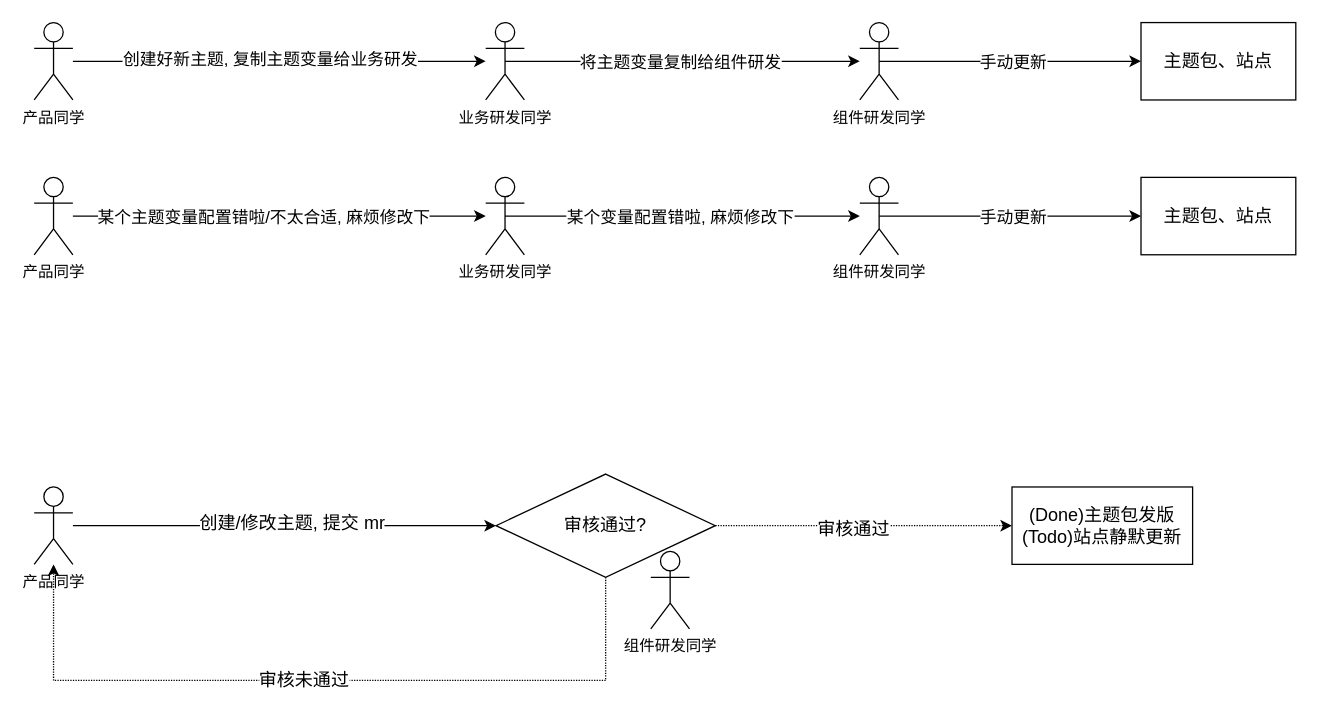
This is beast-mobile-theme-platform.drawio from MuYunyun/diagrams, a draw.io file, before an edit. Source tidied: cells renumbered, new cells numbered last; positions are measured from the earlier drawing's top-left corner, leaving out a move shared by most shapes. Both pictures are drawn from the tidied source at 129%, with x=0, y=0 at pixel (34, 22).
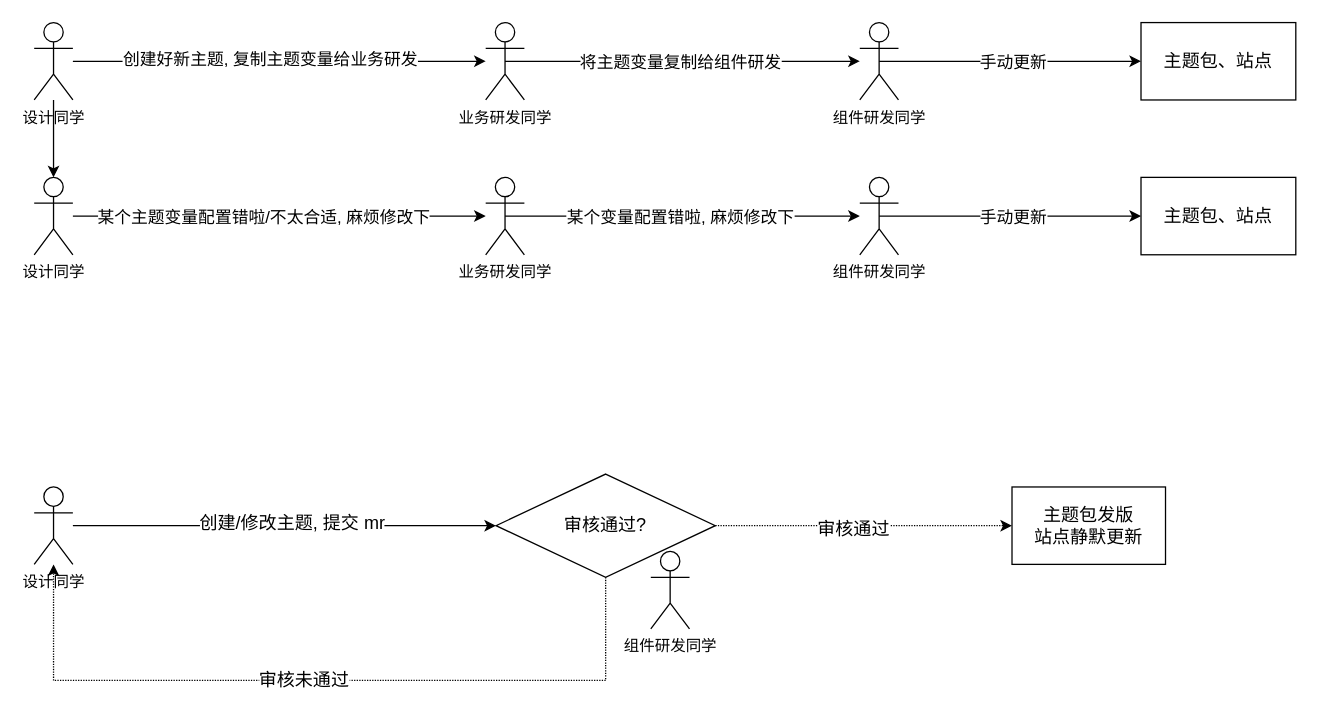
Above is the later version.

The edit, as a diff of the source:
```diff
@@
+    <mxCell id="32" style="edgeStyle=orthogonalEdgeStyle;rounded=0;jettySize=auto;html=1;" parent="1" edge="1" source="4" target="14">
+      <mxGeometry relative="1" as="geometry" />
+    </mxCell>
-    <mxCell id="4" value="产品同学" style="shape=umlActor;verticalLabelPosition=bottom;verticalAlign=top;html=1;outlineConnect=0;" parent="1" vertex="1">
+    <mxCell id="4" value="设计同学" style="shape=umlActor;verticalLabelPosition=bottom;verticalAlign=top;html=1;outlineConnect=0;" parent="1" vertex="1">
       <mxGeometry width="30" height="60" as="geometry" />
     </mxCell>
@@
-    <mxCell id="14" value="产品同学" style="shape=umlActor;verticalLabelPosition=bottom;verticalAlign=top;html=1;outlineConnect=0;" parent="1" vertex="1">
+    <mxCell id="14" value="设计同学" style="shape=umlActor;verticalLabelPosition=bottom;verticalAlign=top;html=1;outlineConnect=0;" parent="1" vertex="1">
       <mxGeometry y="120" width="30" height="60" as="geometry" />
     </mxCell>
@@
-    <mxCell id="24" value="产品同学" style="shape=umlActor;verticalLabelPosition=bottom;verticalAlign=top;html=1;outlineConnect=0;" parent="1" vertex="1">
+    <mxCell id="24" value="设计同学" style="shape=umlActor;verticalLabelPosition=bottom;verticalAlign=top;html=1;outlineConnect=0;" parent="1" vertex="1">
       <mxGeometry y="360" width="30" height="60" as="geometry" />
     </mxCell>
@@
-    <mxCell id="31" value="&lt;font style=&quot;font-size: 14px&quot;&gt;(Done)主题包发版&lt;br&gt;(Todo)站点静默更新&lt;br&gt;&lt;/font&gt;" style="rounded=0;whiteSpace=wrap;html=1;" parent="1" vertex="1">
-      <mxGeometry x="758" y="360" width="140" height="60" as="geometry" />
+    <mxCell id="31" value="&lt;font style=&quot;font-size: 14px&quot;&gt;主题包发版&lt;br&gt;站点静默更新&lt;br&gt;&lt;/font&gt;" style="rounded=0;whiteSpace=wrap;html=1;" parent="1" vertex="1">
+      <mxGeometry x="758" y="360" width="119" height="60" as="geometry" />
     </mxCell>
```
